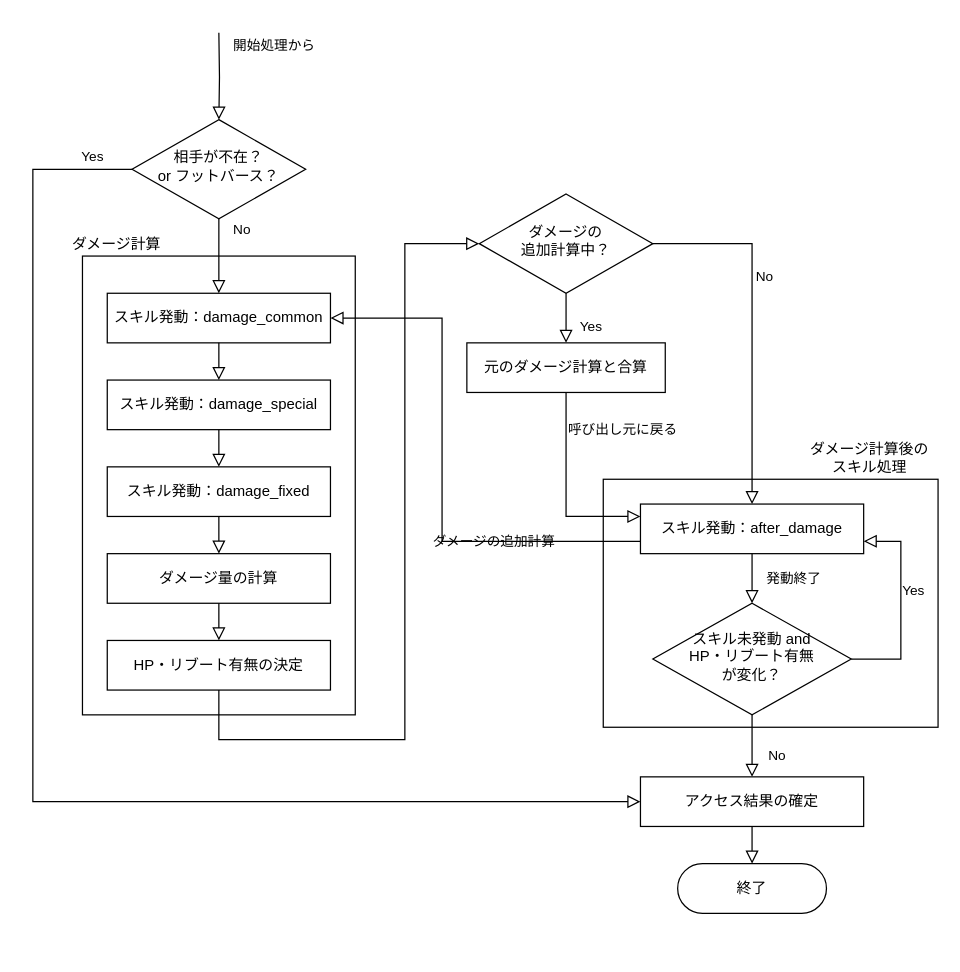
Above: page "Damage" (3 of 3) of docs/access-flow.drawio in Seo-4d696b75/station-access-simulator (draw.io), before the change. Source tidied: cells renumbered, new cells numbered last; positions are measured from the earlier drawing's top-left corner, leaving out a move shared by most shapes. Both pictures are drawn from the tidied source at 124%, with x=0, y=0 at pixel (32, 32).
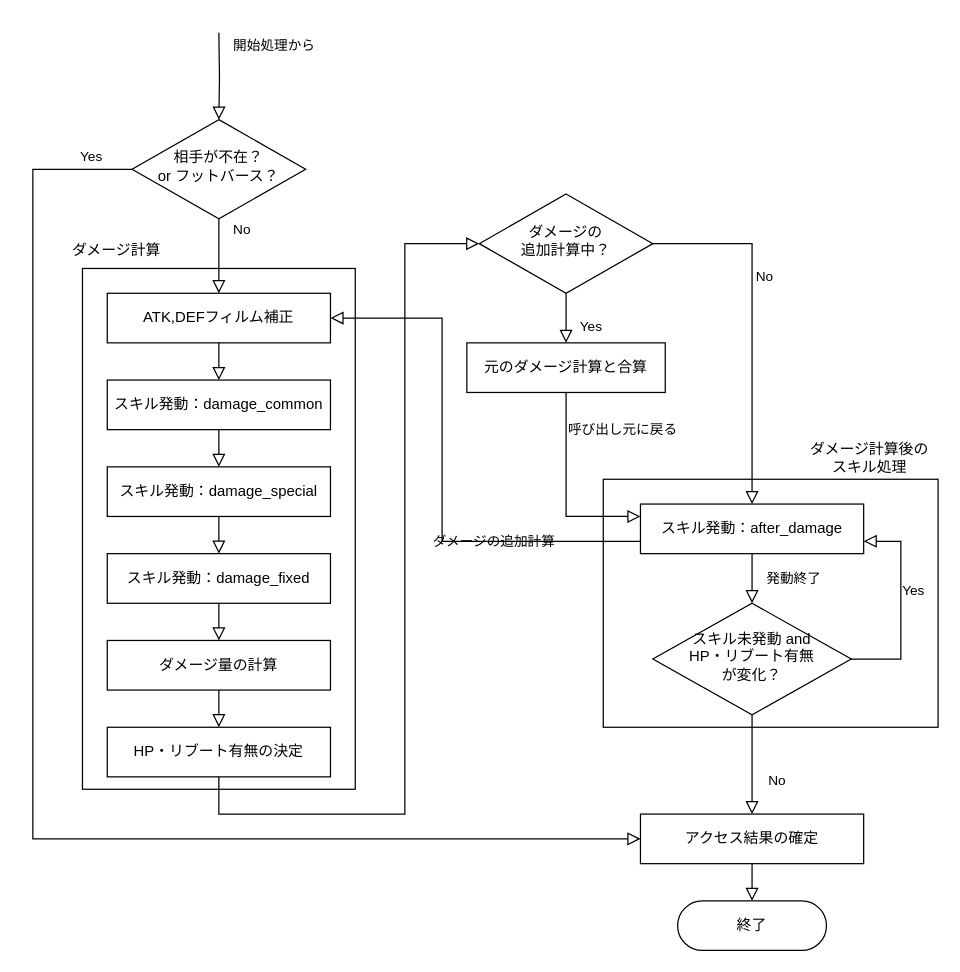
After the change.

The change refers to these unchanged cells:
```xml
<mxCell id="15" value="相手が不在？&lt;br&gt;or フットバース？" style="rhombus;whiteSpace=wrap;html=1;shadow=0;fontFamily=Helvetica;fontSize=12;align=center;strokeWidth=1;spacing=6;spacingTop=-4;" parent="1" vertex="1">
  <mxGeometry x="80" y="70" width="140" height="80" as="geometry" />
</mxCell>
<mxCell id="17" value="ダメージの&lt;br&gt;追加計算中？" style="rhombus;whiteSpace=wrap;html=1;shadow=0;fontFamily=Helvetica;fontSize=12;align=center;strokeWidth=1;spacing=6;spacingTop=-4;" parent="1" vertex="1">
  <mxGeometry x="360" y="130" width="140" height="80" as="geometry" />
</mxCell>
<mxCell id="18" value="スキル発動：after_damage" style="rounded=0;whiteSpace=wrap;html=1;fontSize=12;glass=0;strokeWidth=1;shadow=0;" parent="1" vertex="1">
  <mxGeometry x="490" y="380" width="180" height="40" as="geometry" />
</mxCell>
```

Change to the diagram source:
```diff
@@
+    <mxCell id="3" style="rounded=0;whiteSpace=wrap;html=1;verticalAlign=top;align=left;fillColor=none;" parent="1" vertex="1">
+      <mxGeometry x="40" y="190" width="220" height="420" as="geometry" />
+    </mxCell>
@@
-    <mxCell id="3" style="rounded=0;whiteSpace=wrap;html=1;verticalAlign=top;align=left;fillColor=none;" parent="1" vertex="1">
-      <mxGeometry x="40" y="180" width="220" height="370" as="geometry" />
-    </mxCell>
-    <mxCell id="4" value="No" style="rounded=0;html=1;jettySize=auto;fontSize=11;endArrow=block;endFill=0;endSize=8;strokeWidth=1;shadow=0;labelBackgroundColor=none;edgeStyle=orthogonalEdgeStyle;entryX=0.5;entryY=0;entryDx=0;entryDy=0;align=left;verticalAlign=middle;exitX=0.5;exitY=1;exitDx=0;exitDy=0;" parent="1" edge="1" source="15" target="6">
+    <mxCell id="4" value="No" style="rounded=0;html=1;jettySize=auto;fontSize=11;endArrow=block;endFill=0;endSize=8;strokeWidth=1;shadow=0;labelBackgroundColor=none;edgeStyle=orthogonalEdgeStyle;align=left;verticalAlign=middle;exitX=0.5;exitY=1;exitDx=0;exitDy=0;entryX=0.5;entryY=0;entryDx=0;entryDy=0;" parent="1" edge="1" source="15" target="34">
       <mxGeometry x="-0.71" y="10" relative="1" as="geometry" />
     </mxCell>
     <mxCell id="5" value="HP・リブート有無の決定" style="rounded=0;whiteSpace=wrap;html=1;fontSize=12;glass=0;strokeWidth=1;shadow=0;" parent="1" vertex="1">
-      <mxGeometry x="60" y="490" width="180" height="40" as="geometry" />
+      <mxGeometry x="60" y="560" width="180" height="40" as="geometry" />
     </mxCell>
-    <mxCell id="6" value="スキル発動：damage_common" style="rounded=0;whiteSpace=wrap;html=1;fontSize=12;glass=0;strokeWidth=1;shadow=0;" parent="1" vertex="1">
-      <mxGeometry x="60" y="210" width="180" height="40" as="geometry" />
-    </mxCell>
     <mxCell id="7" value="スキル発動：damage_special" style="rounded=0;whiteSpace=wrap;html=1;fontSize=12;glass=0;strokeWidth=1;shadow=0;" parent="1" vertex="1">
-      <mxGeometry x="60" y="280" width="180" height="40" as="geometry" />
+      <mxGeometry x="60" y="350" width="180" height="40" as="geometry" />
     </mxCell>
     <mxCell id="8" value="スキル発動：damage_fixed" style="rounded=0;whiteSpace=wrap;html=1;fontSize=12;glass=0;strokeWidth=1;shadow=0;" parent="1" vertex="1">
-      <mxGeometry x="60" y="350" width="180" height="40" as="geometry" />
+      <mxGeometry x="60" y="420" width="180" height="40" as="geometry" />
     </mxCell>
     <mxCell id="9" value="ダメージ量の計算" style="rounded=0;whiteSpace=wrap;html=1;fontSize=12;glass=0;strokeWidth=1;shadow=0;" parent="1" vertex="1">
-      <mxGeometry x="60" y="420" width="180" height="40" as="geometry" />
+      <mxGeometry x="60" y="490" width="180" height="40" as="geometry" />
     </mxCell>
     <mxCell id="10" style="rounded=0;html=1;jettySize=auto;fontSize=11;endArrow=block;endFill=0;endSize=8;strokeWidth=1;shadow=0;labelBackgroundColor=none;edgeStyle=orthogonalEdgeStyle;entryX=0.5;entryY=0;entryDx=0;entryDy=0;" parent="1" edge="1" target="7">
       <mxGeometry x="0.33" y="20" relative="1" as="geometry">
-        <mxPoint x="150" y="250" as="sourcePoint" />
+        <mxPoint x="150" y="320" as="sourcePoint" />
       </mxGeometry>
     </mxCell>
     <mxCell id="11" style="rounded=0;html=1;jettySize=auto;fontSize=11;endArrow=block;endFill=0;endSize=8;strokeWidth=1;shadow=0;labelBackgroundColor=none;edgeStyle=orthogonalEdgeStyle;entryX=0.5;entryY=0;entryDx=0;entryDy=0;" parent="1" edge="1" target="8">
       <mxGeometry x="0.33" y="20" relative="1" as="geometry">
-        <mxPoint x="150" y="320" as="sourcePoint" />
+        <mxPoint x="150" y="390" as="sourcePoint" />
       </mxGeometry>
     </mxCell>
     <mxCell id="12" style="rounded=0;html=1;jettySize=auto;fontSize=11;endArrow=block;endFill=0;endSize=8;strokeWidth=1;shadow=0;labelBackgroundColor=none;edgeStyle=orthogonalEdgeStyle;entryX=0.5;entryY=0;entryDx=0;entryDy=0;" parent="1" edge="1" target="9">
       <mxGeometry x="0.33" y="20" relative="1" as="geometry">
-        <mxPoint x="150" y="390" as="sourcePoint" />
+        <mxPoint x="150" y="460" as="sourcePoint" />
       </mxGeometry>
     </mxCell>
     <mxCell id="13" value="ダメージ計算" style="text;html=1;strokeColor=none;fillColor=none;align=left;verticalAlign=bottom;whiteSpace=wrap;rounded=0;" parent="1" vertex="1">
-      <mxGeometry x="30" y="150" width="120" height="30" as="geometry" />
+      <mxGeometry x="30" y="155" width="120" height="30" as="geometry" />
     </mxCell>
     <mxCell id="14" style="rounded=0;html=1;jettySize=auto;orthogonalLoop=1;fontSize=11;endArrow=block;endFill=0;endSize=8;strokeWidth=1;shadow=0;labelBackgroundColor=none;edgeStyle=orthogonalEdgeStyle;" parent="1" edge="1">
       <mxGeometry x="0.33" y="20" relative="1" as="geometry">
-        <mxPoint x="150" y="460" as="sourcePoint" />
-        <mxPoint x="150" y="490" as="targetPoint" />
+        <mxPoint x="150" y="530" as="sourcePoint" />
+        <mxPoint x="150" y="560" as="targetPoint" />
         <Array as="points">
-          <mxPoint x="150" y="480" />
-          <mxPoint x="150" y="480" />
+          <mxPoint x="150" y="550" />
+          <mxPoint x="150" y="550" />
         </Array>
       </mxGeometry>
     </mxCell>
@@
     <mxCell id="24" style="rounded=0;html=1;jettySize=auto;fontSize=11;endArrow=block;endFill=0;endSize=8;strokeWidth=1;shadow=0;labelBackgroundColor=none;edgeStyle=orthogonalEdgeStyle;exitX=0.5;exitY=1;exitDx=0;exitDy=0;entryX=0;entryY=0.5;entryDx=0;entryDy=0;" parent="1" edge="1" source="5" target="17">
       <mxGeometry x="0.33" y="20" relative="1" as="geometry">
         <Array as="points">
-          <mxPoint x="150" y="570" />
-          <mxPoint x="300" y="570" />
+          <mxPoint x="150" y="630" />
+          <mxPoint x="300" y="630" />
           <mxPoint x="300" y="170" />
         </Array>
       </mxGeometry>
     </mxCell>
-    <mxCell id="25" value="ダメージの追加計算" style="rounded=0;html=1;jettySize=auto;fontSize=11;endArrow=block;endFill=0;endSize=8;strokeWidth=1;shadow=0;labelBackgroundColor=none;edgeStyle=orthogonalEdgeStyle;entryX=1;entryY=0.5;entryDx=0;entryDy=0;align=left;exitX=0;exitY=0.75;exitDx=0;exitDy=0;" parent="1" edge="1" source="18" target="6">
+    <mxCell id="25" value="ダメージの追加計算" style="rounded=0;html=1;jettySize=auto;fontSize=11;endArrow=block;endFill=0;endSize=8;strokeWidth=1;shadow=0;labelBackgroundColor=none;edgeStyle=orthogonalEdgeStyle;entryX=1;entryY=0.5;entryDx=0;entryDy=0;align=left;exitX=0;exitY=0.75;exitDx=0;exitDy=0;" parent="1" edge="1" source="18" target="34">
       <mxGeometry x="-0.26" y="-10" relative="1" as="geometry">
         <Array as="points">
           <mxPoint x="330" y="410" />
           <mxPoint x="330" y="230" />
         </Array>
         <mxPoint x="-10" y="10" as="offset" />
       </mxGeometry>
     </mxCell>
@@
     <mxCell id="30" value="アクセス結果の確定" style="rounded=0;whiteSpace=wrap;html=1;fontSize=12;glass=0;strokeWidth=1;shadow=0;" parent="1" vertex="1">
-      <mxGeometry x="490" y="600" width="180" height="40" as="geometry" />
+      <mxGeometry x="490" y="630" width="180" height="40" as="geometry" />
     </mxCell>
     <mxCell id="31" value="終了" style="rounded=1;whiteSpace=wrap;html=1;fontSize=12;glass=0;strokeWidth=1;shadow=0;arcSize=50;" parent="1" vertex="1">
-      <mxGeometry x="520" y="670" width="120" height="40" as="geometry" />
+      <mxGeometry x="520" y="700" width="120" height="40" as="geometry" />
     </mxCell>
     <mxCell id="32" style="rounded=0;html=1;jettySize=auto;fontSize=11;endArrow=block;endFill=0;endSize=8;strokeWidth=1;shadow=0;labelBackgroundColor=none;edgeStyle=orthogonalEdgeStyle;entryX=0.5;entryY=0;entryDx=0;entryDy=0;" parent="1" edge="1" target="31">
       <mxGeometry x="0.33" y="20" relative="1" as="geometry">
-        <mxPoint x="580" y="640" as="sourcePoint" />
+        <mxPoint x="580" y="670" as="sourcePoint" />
       </mxGeometry>
     </mxCell>
     <mxCell id="33" value="Yes" style="rounded=0;html=1;jettySize=auto;fontSize=11;endArrow=block;endFill=0;endSize=8;strokeWidth=1;shadow=0;labelBackgroundColor=none;edgeStyle=orthogonalEdgeStyle;entryX=0;entryY=0.5;entryDx=0;entryDy=0;exitX=0;exitY=0.5;exitDx=0;exitDy=0;" parent="1" edge="1" source="15" target="30">
       <mxGeometry x="-0.94" y="-10" relative="1" as="geometry">
         <Array as="points">
           <mxPoint y="110" />
-          <mxPoint y="620" />
+          <mxPoint y="650" />
+          <mxPoint x="490" y="650" />
         </Array>
       </mxGeometry>
     </mxCell>
+    <mxCell id="6" value="スキル発動：damage_common" style="rounded=0;whiteSpace=wrap;html=1;fontSize=12;glass=0;strokeWidth=1;shadow=0;" parent="1" vertex="1">
+      <mxGeometry x="60" y="280" width="180" height="40" as="geometry" />
+    </mxCell>
+    <mxCell id="34" value="ATK,DEFフィルム補正" style="rounded=0;whiteSpace=wrap;html=1;fontSize=12;glass=0;strokeWidth=1;shadow=0;" parent="1" vertex="1">
+      <mxGeometry x="60" y="210" width="180" height="40" as="geometry" />
+    </mxCell>
+    <mxCell id="35" style="rounded=0;html=1;jettySize=auto;fontSize=11;endArrow=block;endFill=0;endSize=8;strokeWidth=1;shadow=0;labelBackgroundColor=none;edgeStyle=orthogonalEdgeStyle;exitX=0.5;exitY=1;exitDx=0;exitDy=0;" parent="1" edge="1" source="34">
+      <mxGeometry x="0.33" y="20" relative="1" as="geometry">
+        <mxPoint x="150" y="280" as="targetPoint" />
+      </mxGeometry>
+    </mxCell>
```
